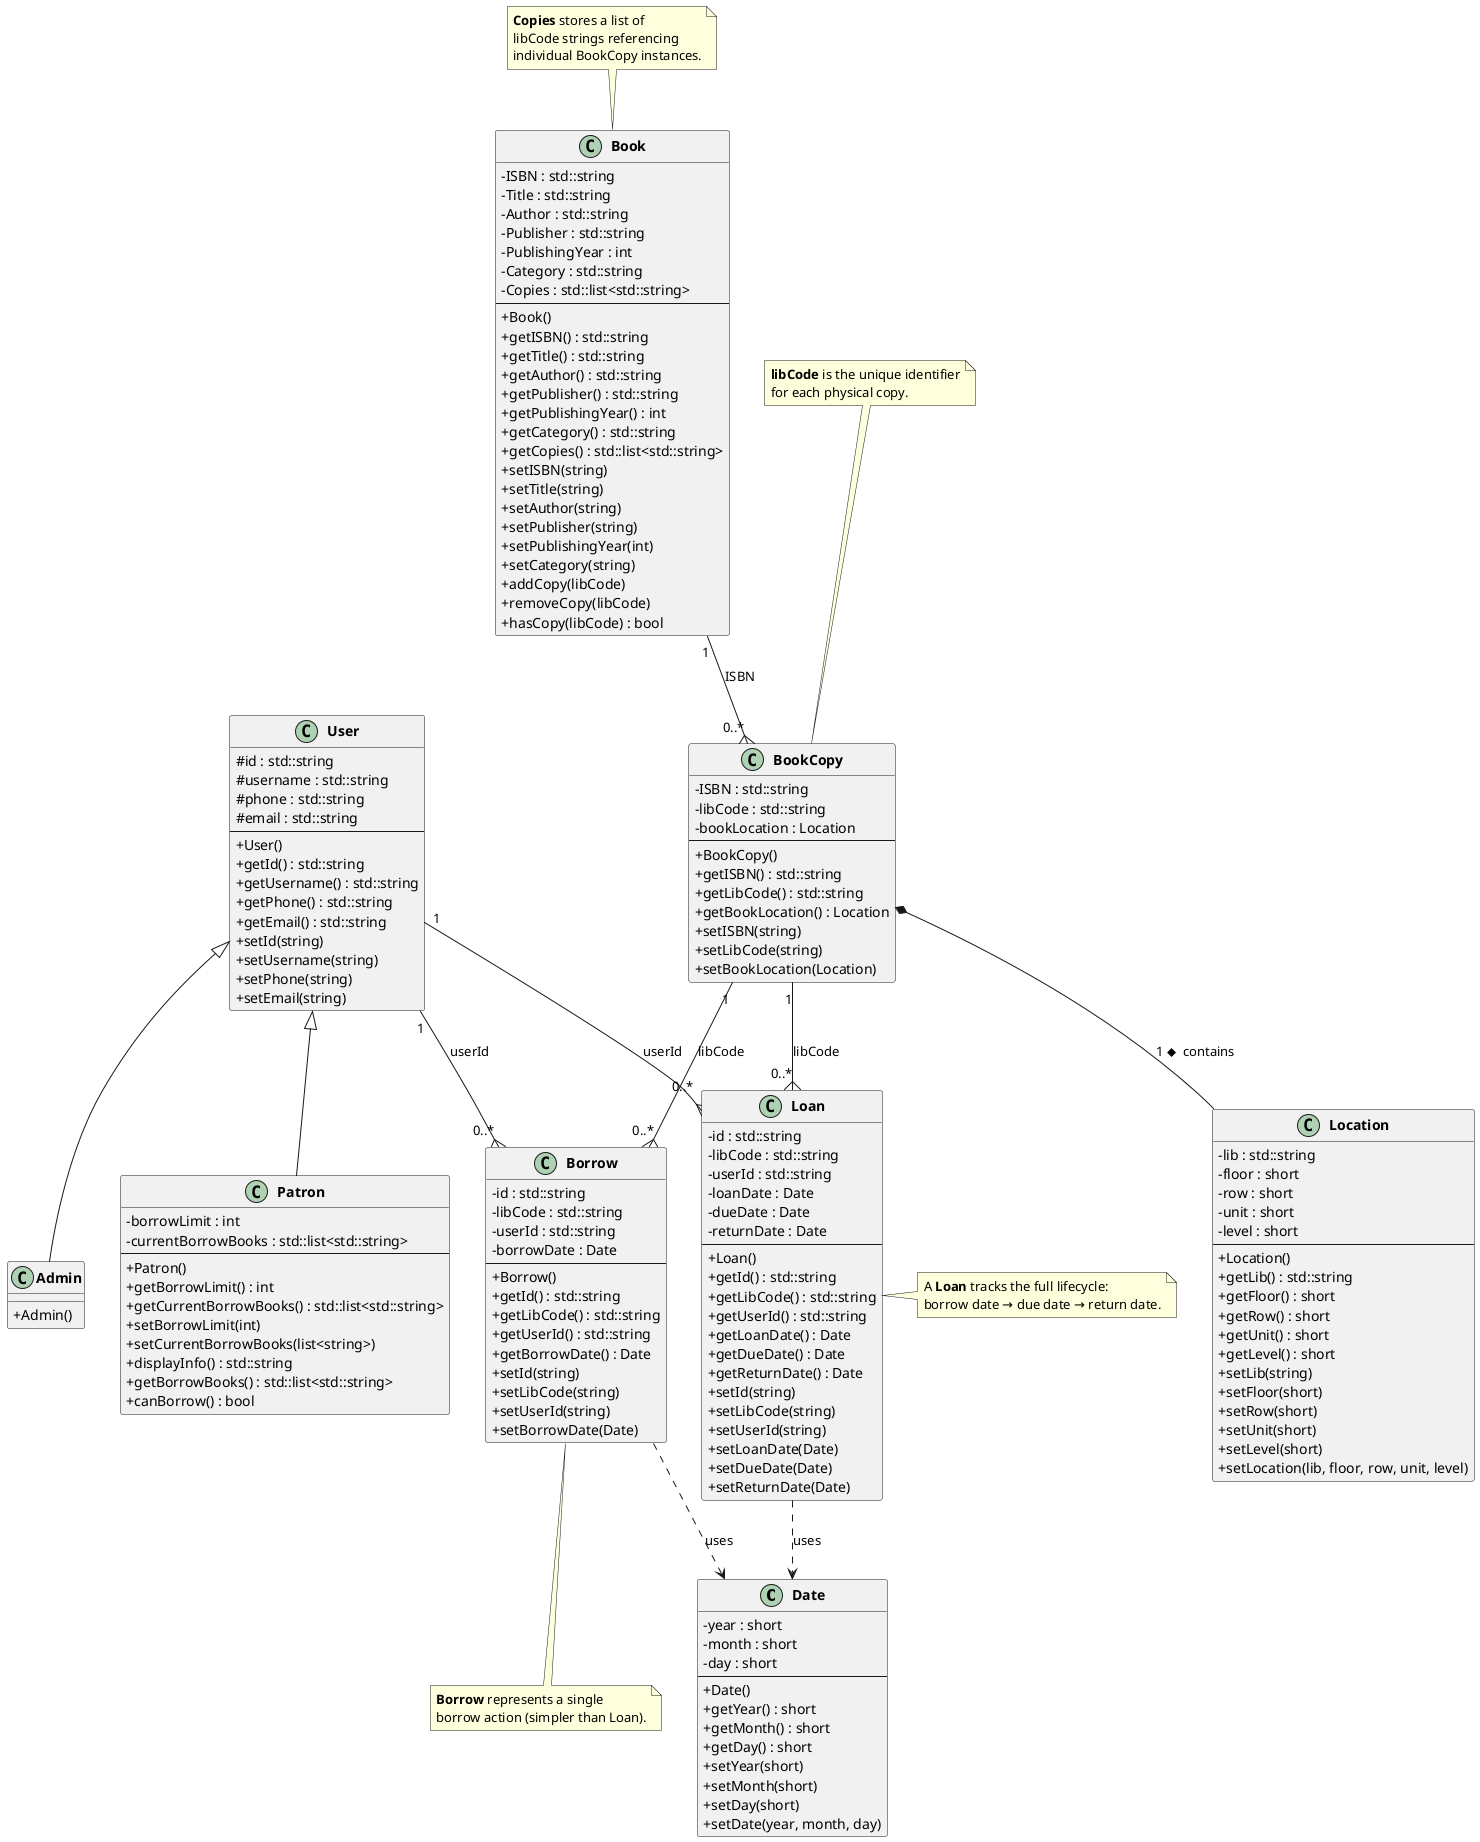
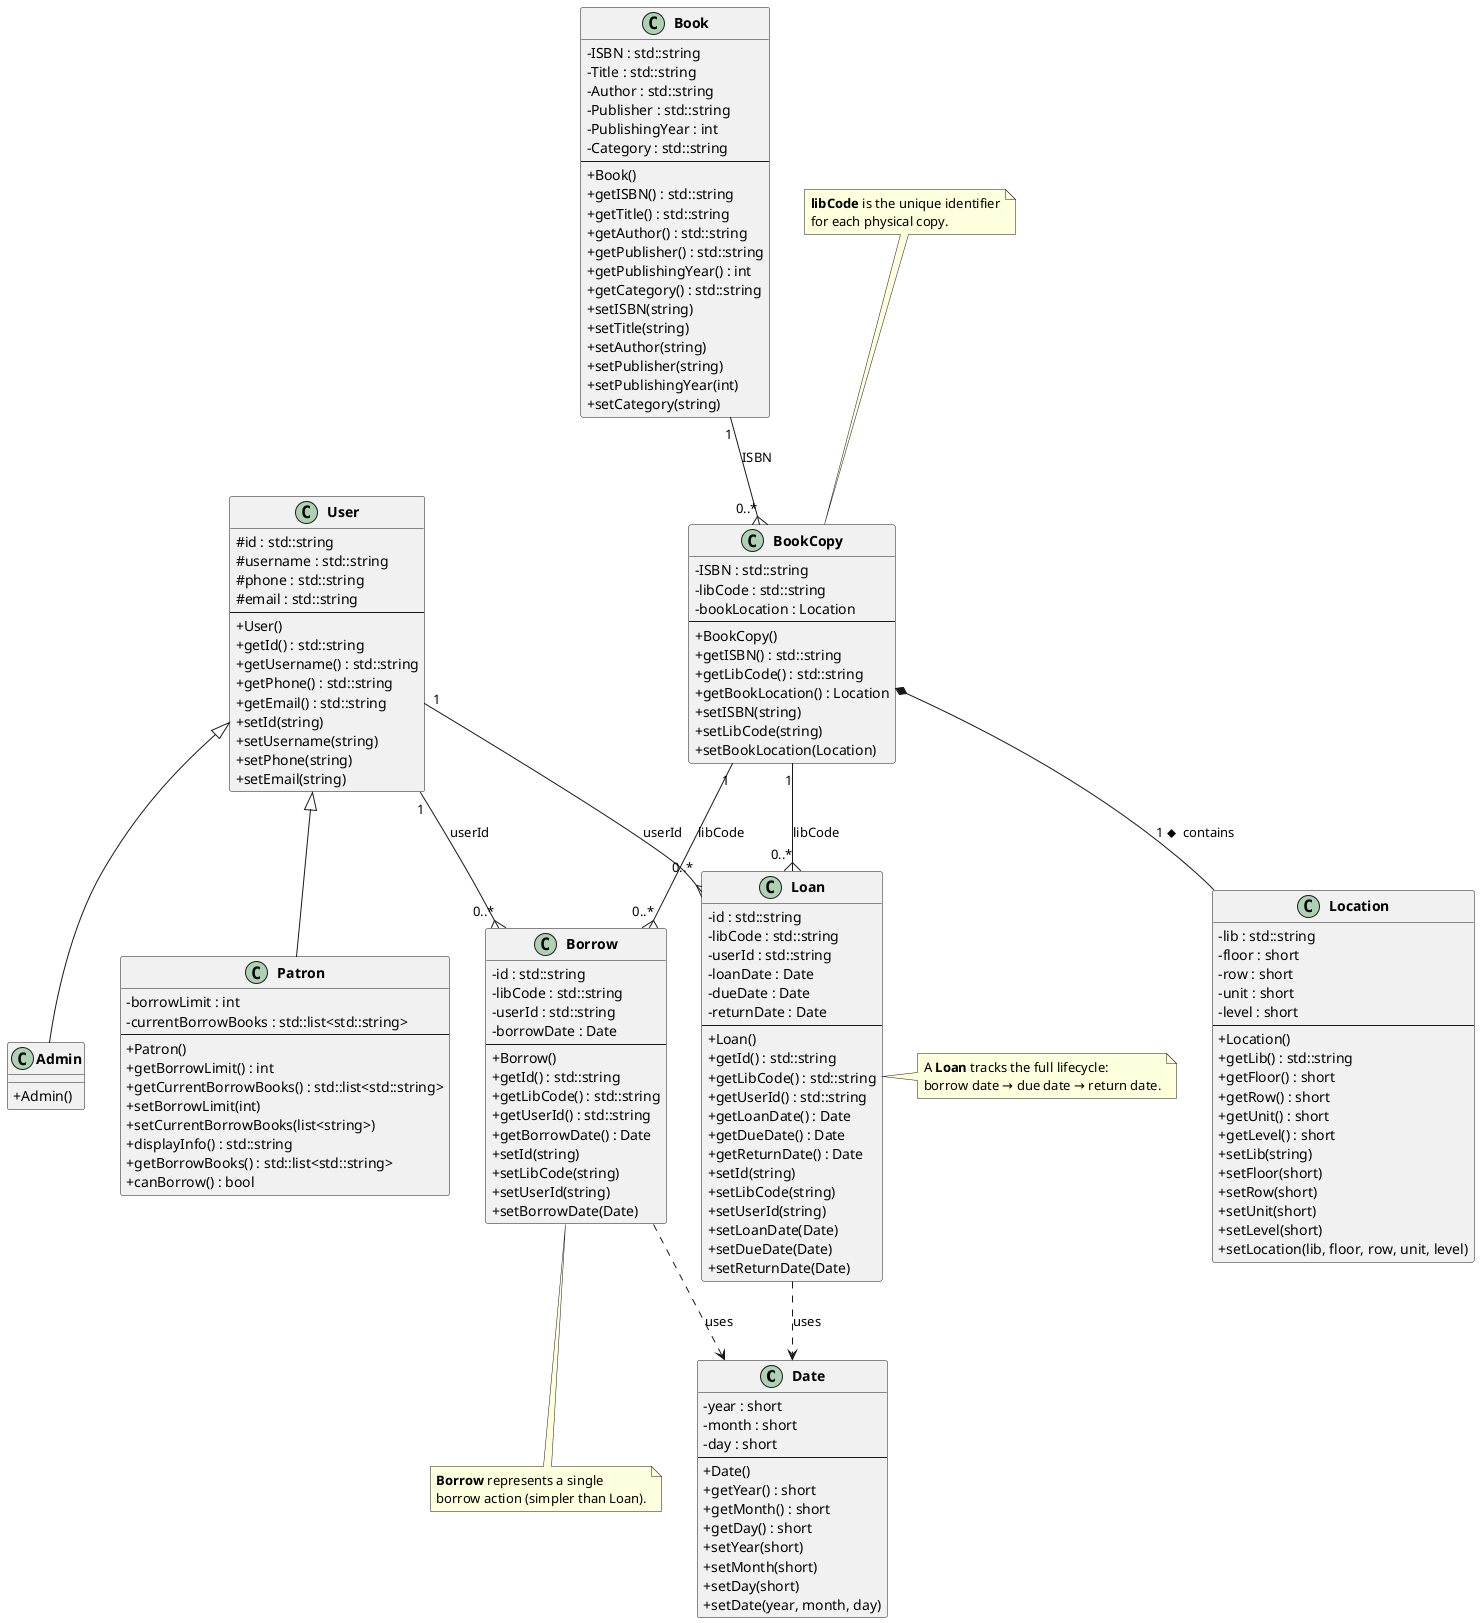
@startuml BookManagementSystem
' ============================================================
'  BookManagementSystem — Data Model Class Diagram
' ============================================================

skinparam classAttributeIconSize 0
skinparam classFontStyle bold
skinparam packageStyle rectangle

' ── Value types (no dependencies) ──────────────────────────

class Date {
  - year : short
  - month : short
  - day : short
  --
  + Date()
  + getYear() : short
  + getMonth() : short
  + getDay() : short
  + setYear(short)
  + setMonth(short)
  + setDay(short)
  + setDate(year, month, day)
}

class Location {
  - lib : std::string
  - floor : short
  - row : short
  - unit : short
  - level : short
  --
  + Location()
  + getLib() : std::string
  + getFloor() : short
  + getRow() : short
  + getUnit() : short
  + getLevel() : short
  + setLib(string)
  + setFloor(short)
  + setRow(short)
  + setUnit(short)
  + setLevel(short)
  + setLocation(lib, floor, row, unit, level)
}

' ── Core entities ──────────────────────────────────────────

class User {
  # id : std::string
  # username : std::string
  # phone : std::string
  # email : std::string
  --
  + User()
  + getId() : std::string
  + getUsername() : std::string
  + getPhone() : std::string
  + getEmail() : std::string
  + setId(string)
  + setUsername(string)
  + setPhone(string)
  + setEmail(string)
}

class Admin {
  + Admin()
}

class Patron {
  - borrowLimit : int
  - currentBorrowBooks : std::list<std::string>
  --
  + Patron()
  + getBorrowLimit() : int
  + getCurrentBorrowBooks() : std::list<std::string>
  + setBorrowLimit(int)
  + setCurrentBorrowBooks(list<string>)
  + displayInfo() : std::string
  + getBorrowBooks() : std::list<std::string>
  + canBorrow() : bool
}

class Book {
  - ISBN : std::string
  - Title : std::string
  - Author : std::string
  - Publisher : std::string
  - PublishingYear : int
  - Category : std::string
-   - Copies : std::list<std::string>
  --
  + Book()
  + getISBN() : std::string
  + getTitle() : std::string
  + getAuthor() : std::string
  + getPublisher() : std::string
  + getPublishingYear() : int
  + getCategory() : std::string
-   + getCopies() : std::list<std::string>
  + setISBN(string)
  + setTitle(string)
  + setAuthor(string)
  + setPublisher(string)
  + setPublishingYear(int)
  + setCategory(string)
-   + addCopy(libCode)
-   + removeCopy(libCode)
-   + hasCopy(libCode) : bool
}

class BookCopy {
  - ISBN : std::string
  - libCode : std::string
  - bookLocation : Location
  --
  + BookCopy()
  + getISBN() : std::string
  + getLibCode() : std::string
  + getBookLocation() : Location
  + setISBN(string)
  + setLibCode(string)
  + setBookLocation(Location)
}

' ── Transaction entities ───────────────────────────────────

class Loan {
  - id : std::string
  - libCode : std::string
  - userId : std::string
  - loanDate : Date
  - dueDate : Date
  - returnDate : Date
  --
  + Loan()
  + getId() : std::string
  + getLibCode() : std::string
  + getUserId() : std::string
  + getLoanDate() : Date
  + getDueDate() : Date
  + getReturnDate() : Date
  + setId(string)
  + setLibCode(string)
  + setUserId(string)
  + setLoanDate(Date)
  + setDueDate(Date)
  + setReturnDate(Date)
}

class Borrow {
  - id : std::string
  - libCode : std::string
  - userId : std::string
  - borrowDate : Date
  --
  + Borrow()
  + getId() : std::string
  + getLibCode() : std::string
  + getUserId() : std::string
  + getBorrowDate() : Date
  + setId(string)
  + setLibCode(string)
  + setUserId(string)
  + setBorrowDate(Date)
}

' ── Inheritance ────────────────────────────────────────────

User <|-- Admin
User <|-- Patron

' ── Composition ────────────────────────────────────────────

BookCopy *-- Location  : "1 ⬥  contains"

' ── Aggregation / Dependency ──────────────────────────────

Loan ..> Date    : uses
Borrow ..> Date  : uses

' ── Associations (by string keys) ──────────────────────────

Book    "1" --{ "0..*" BookCopy     : ISBN
BookCopy "1" --{ "0..*" Loan         : libCode
BookCopy "1" --{ "0..*" Borrow       : libCode
User    "1" --{ "0..*" Loan          : userId
User    "1" --{ "0..*" Borrow        : userId

' ── Notes ──────────────────────────────────────────────────

note top of BookCopy
  <b>libCode</b> is the unique identifier
  for each physical copy.
end note

- note top of Book
-   <b>Copies</b> stores a list of
-   libCode strings referencing
-   individual BookCopy instances.
- end note
- 
note right of Loan
  A <b>Loan</b> tracks the full lifecycle:
  borrow date → due date → return date.
end note

note bottom of Borrow
  <b>Borrow</b> represents a single
  borrow action (simpler than Loan).
end note

@enduml
